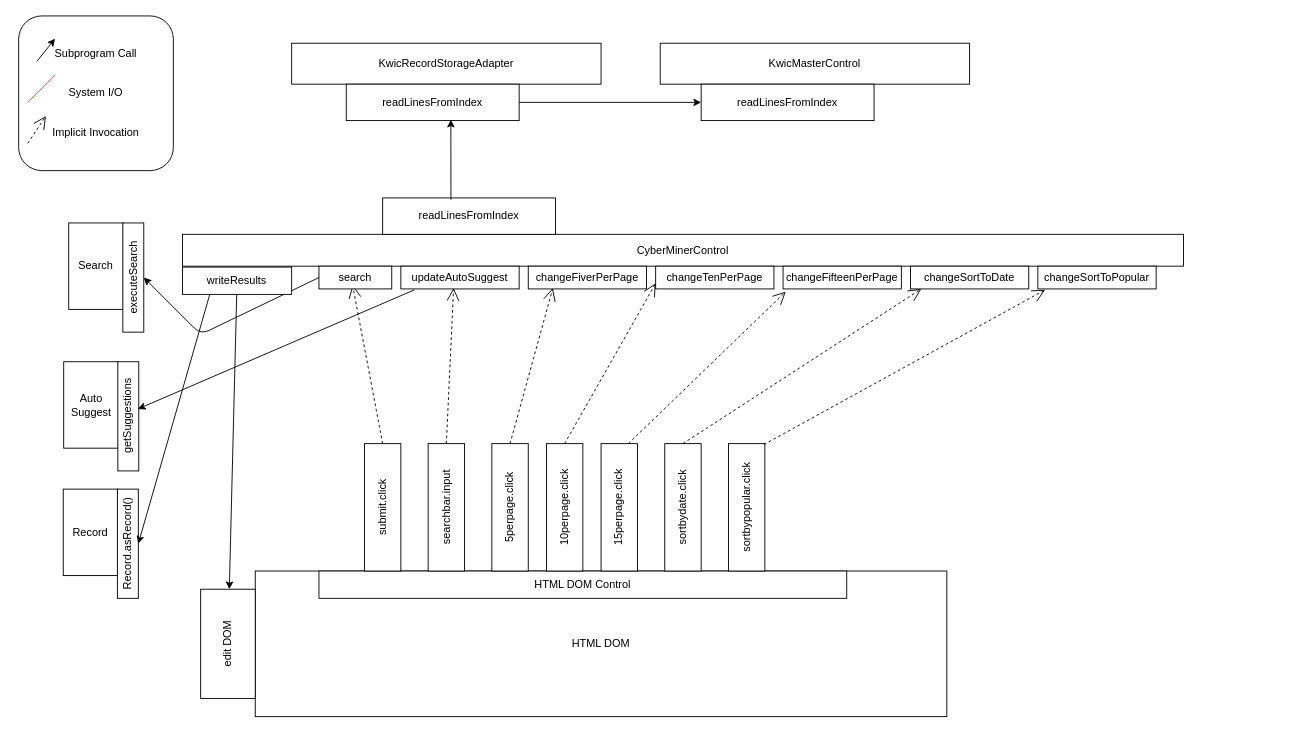
Above: To-Do List Builder/implicit_invocation_2.drawio in kntnguyen94/To-Do-List-Builder (draw.io), before the change. Source tidied: cells renumbered, new cells numbered last; positions are measured from the earlier drawing's top-left corner, leaving out a move shared by most shapes. Both pictures are drawn from the tidied source at 91%, with x=0, y=0 at pixel (18, 15).
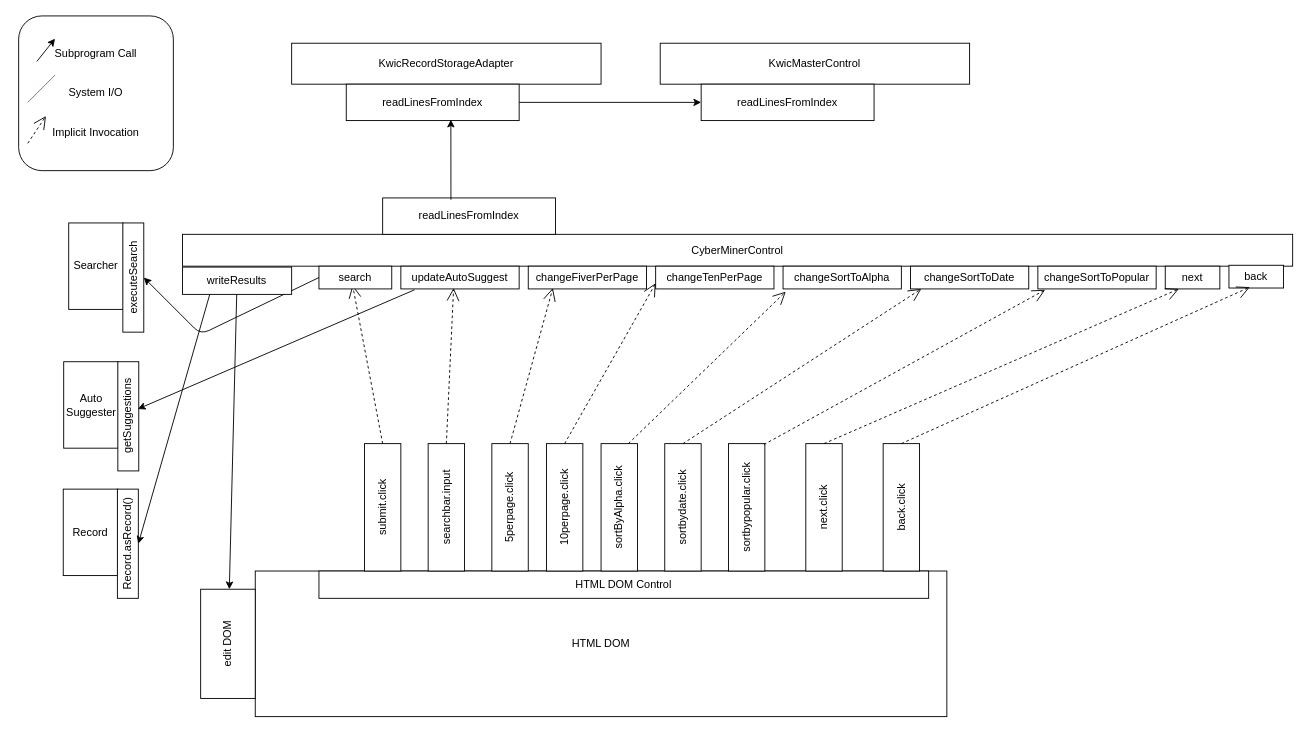
After the change.

Diff of the diagram source:
```diff
@@
     <mxCell id="7" value="CyberMinerControl" style="rounded=0;whiteSpace=wrap;html=1;" parent="1" vertex="1">
-      <mxGeometry x="180" y="240" width="1100" height="35" as="geometry" />
+      <mxGeometry x="180" y="240" width="1220" height="35" as="geometry" />
     </mxCell>
     <mxCell id="8" value="HTML DOM Control" style="rounded=0;whiteSpace=wrap;html=1;" parent="1" vertex="1">
-      <mxGeometry x="330" y="610" width="580" height="30" as="geometry" />
+      <mxGeometry x="330" y="610" width="670" height="30" as="geometry" />
     </mxCell>
@@
-    <mxCell id="13" value="15perpage.click" style="rounded=0;whiteSpace=wrap;html=1;rotation=-90;" parent="1" vertex="1">
+    <mxCell id="13" value="sortByAlpha.click" style="rounded=0;whiteSpace=wrap;html=1;rotation=-90;" parent="1" vertex="1">
       <mxGeometry x="590" y="520" width="140" height="40" as="geometry" />
     </mxCell>
@@
-    <mxCell id="22" value="changeFifteenPerPage" style="rounded=0;whiteSpace=wrap;html=1;rotation=0;" parent="1" vertex="1">
+    <mxCell id="22" value="changeSortToAlpha" style="rounded=0;whiteSpace=wrap;html=1;rotation=0;" parent="1" vertex="1">
       <mxGeometry x="840" y="275" width="130" height="25" as="geometry" />
     </mxCell>
@@
-    <mxCell id="33" value="Search" style="rounded=0;whiteSpace=wrap;html=1;rotation=0;" parent="1" vertex="1">
+    <mxCell id="33" value="Searcher" style="rounded=0;whiteSpace=wrap;html=1;rotation=0;" parent="1" vertex="1">
       <mxGeometry x="55" y="227.5" width="60" height="95" as="geometry" />
     </mxCell>
@@
-    <mxCell id="39" value="Auto&lt;br&gt;Suggest" style="rounded=0;whiteSpace=wrap;html=1;rotation=0;" parent="1" vertex="1">
+    <mxCell id="39" value="Auto&lt;br&gt;Suggester" style="rounded=0;whiteSpace=wrap;html=1;rotation=0;" parent="1" vertex="1">
       <mxGeometry x="49.5" y="380" width="60" height="95" as="geometry" />
     </mxCell>
@@
+    <mxCell id="49" value="next.click" style="rounded=0;whiteSpace=wrap;html=1;rotation=-90;" parent="1" vertex="1">
+      <mxGeometry x="815" y="520" width="140" height="40" as="geometry" />
+    </mxCell>
+    <mxCell id="50" value="back.click" style="rounded=0;whiteSpace=wrap;html=1;rotation=-90;" parent="1" vertex="1">
+      <mxGeometry x="900" y="520" width="140" height="40" as="geometry" />
+    </mxCell>
+    <mxCell id="51" value="next" style="rounded=0;whiteSpace=wrap;html=1;rotation=0;" parent="1" vertex="1">
+      <mxGeometry x="1260" y="275" width="60" height="25" as="geometry" />
+    </mxCell>
+    <mxCell id="52" value="back" style="rounded=0;whiteSpace=wrap;html=1;rotation=0;" parent="1" vertex="1">
+      <mxGeometry x="1330" y="274" width="60" height="25" as="geometry" />
+    </mxCell>
+    <mxCell id="53" style="endArrow=open;endSize=12;dashed=1;html=1;entryX=0.25;entryY=1;entryDx=0;entryDy=0;exitX=1;exitY=0.5;exitDx=0;exitDy=0;" parent="1" edge="1" source="49" target="51">
+      <mxGeometry relative="1" as="geometry" />
+    </mxCell>
+    <mxCell id="54" style="endArrow=open;endSize=12;dashed=1;html=1;entryX=0.383;entryY=0.96;entryDx=0;entryDy=0;entryPerimeter=0;exitX=1;exitY=0.5;exitDx=0;exitDy=0;" parent="1" edge="1" source="50" target="52">
+      <mxGeometry relative="1" as="geometry" />
+    </mxCell>
```
